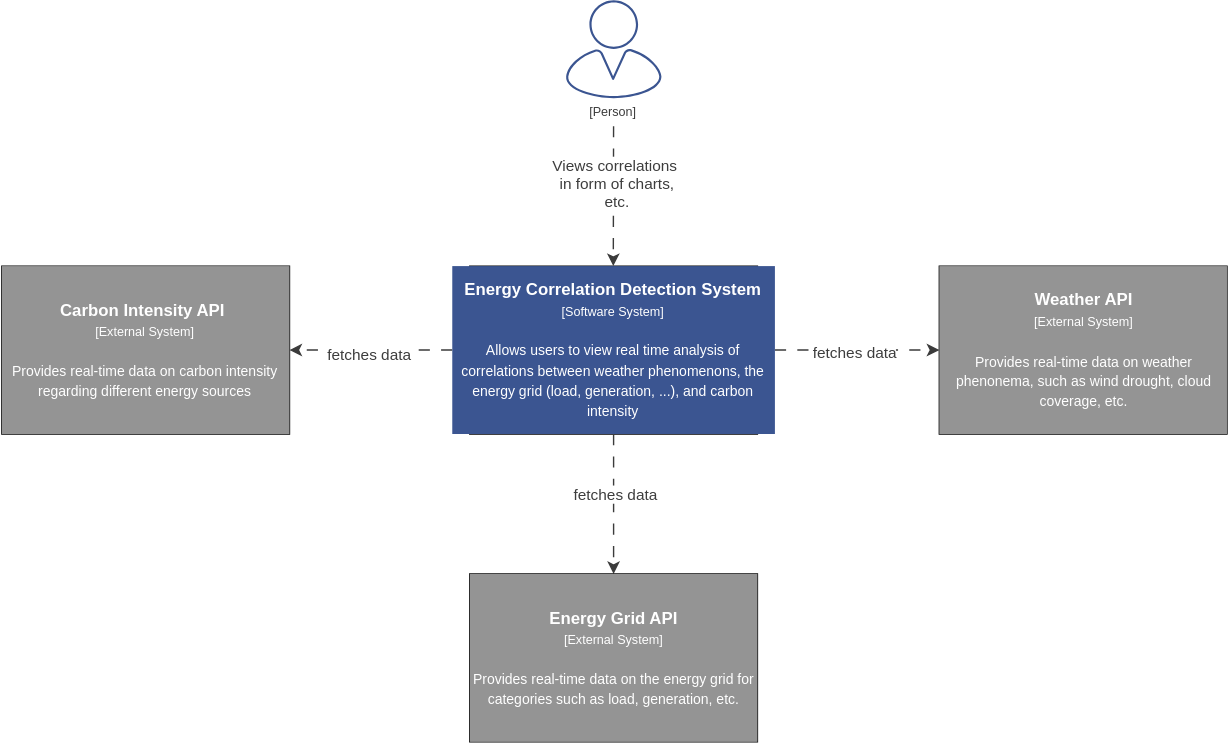
This is docs/c4-model/context.svg from T-Lak/energy-insights-platform, a draw.io export, as it was before one commit. Source tidied: cells renumbered, new cells last; positions are measured from the earlier drawing's top-left corner, leaving out a move shared by most shapes.
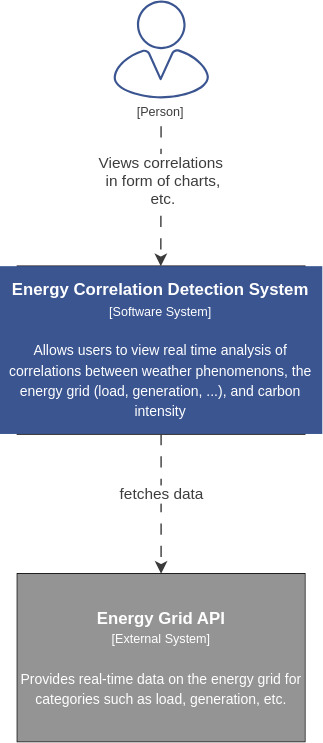
Later version of the same file.

Commit message:
docs(C4): align context, container, and component diagrams to the actual architecture.

Diff of the diagram source:
```diff
@@ -11,52 +11,28 @@
     <mxCell id="4" style="verticalLabelPosition=bottom;verticalAlign=top;html=1;shape=mxgraph.basic.rect;fillColor2=none;strokeWidth=1;size=20;indent=5;fillColor=light-dark(#3b5591, #ededed);" parent="1" vertex="1">
       <mxGeometry x="333.9" y="189.7" width="205.6" height="120" as="geometry" />
     </mxCell>
-    <mxCell id="5" style="edgeStyle=orthogonalEdgeStyle;rounded=0;jettySize=auto;html=1;exitX=1;exitY=0.5;exitDx=0;exitDy=0;entryX=0;entryY=0.5;entryDx=0;entryDy=0;dashed=1;dashPattern=8 8;fontColor=light-dark(#3d3d3d, #ededed);strokeColor=light-dark(#3b3b3b, #ededed);" parent="1" edge="1" source="11" target="15">
+    <mxCell id="5" style="edgeStyle=orthogonalEdgeStyle;rounded=0;jettySize=auto;html=1;dashed=1;dashPattern=8 8;fontColor=light-dark(#3d3d3d, #ededed);strokeColor=#3B3B3B;" parent="1" edge="1" source="7" target="11">
       <mxGeometry relative="1" as="geometry" />
     </mxCell>
     <mxCell id="6" value="fetches data" style="edgeLabel;html=1;align=center;verticalAlign=middle;fontColor=light-dark(#3d3d3d, #ededed);" parent="5" vertex="1">
-      <mxGeometry x="-0.06" y="-1" relative="1" as="geometry" />
+      <mxGeometry x="-0.15" relative="1" as="geometry" />
     </mxCell>
-    <mxCell id="7" style="edgeStyle=orthogonalEdgeStyle;rounded=0;jettySize=auto;html=1;exitX=0;exitY=0.5;exitDx=0;exitDy=0;entryX=1;entryY=0.5;entryDx=0;entryDy=0;dashed=1;dashPattern=8 8;fontColor=light-dark(#3d3d3d, #ededed);strokeColor=light-dark(#3b3b3b, #ededed);" parent="1" edge="1" source="11" target="19">
-      <mxGeometry relative="1" as="geometry" />
+    <mxCell id="7" value="&lt;b&gt;Energy Correlation Detection System&lt;/b&gt;&lt;div&gt;&lt;font style=&quot;font-size: 9px;&quot;&gt;[Software System]&lt;/font&gt;&lt;/div&gt;&lt;div&gt;&lt;font style=&quot;font-size: 9px;&quot;&gt;&lt;br&gt;&lt;/font&gt;&lt;/div&gt;&lt;div&gt;&lt;font style=&quot;&quot; size=&quot;1&quot;&gt;Allows users to view real time analysis of correlations between weather phenomenons, the energy grid (load, generation, ...), and carbon intensity&lt;/font&gt;&lt;/div&gt;" style="text;html=1;whiteSpace=wrap;strokeColor=none;fillColor=light-dark(#3b5591, #ededed);align=center;verticalAlign=middle;rounded=0;fontColor=light-dark(#ffffff, #ededed);" parent="1" vertex="1">
+      <mxGeometry x="321.4" y="189.7" width="230.6" height="120" as="geometry" />
     </mxCell>
-    <mxCell id="8" value="fetches data" style="edgeLabel;html=1;align=center;verticalAlign=middle;fontColor=light-dark(#3d3d3d, #ededed);" parent="7" vertex="1">
-      <mxGeometry x="0.05" y="2" relative="1" as="geometry" />
+    <mxCell id="8" style="endArrow=classic;html=1;rounded=0;exitX=0.5;exitY=1;exitDx=0;exitDy=0;dashed=1;dashPattern=8 8;fontColor=light-dark(#3d3d3d, #ededed);strokeColor=#3B3B3B;" parent="1" edge="1" source="3">
+      <mxGeometry relative="1" as="geometry">
+        <mxPoint x="436.5" y="189.7" as="targetPoint" />
+      </mxGeometry>
     </mxCell>
-    <mxCell id="9" style="edgeStyle=orthogonalEdgeStyle;rounded=0;jettySize=auto;html=1;dashed=1;dashPattern=8 8;fontColor=light-dark(#3d3d3d, #ededed);strokeColor=#3B3B3B;" parent="1" edge="1" source="11" target="17">
-      <mxGeometry relative="1" as="geometry" />
+    <mxCell id="9" value="Views correlations&amp;nbsp;&lt;div&gt;in&amp;nbsp;&lt;span style=&quot;background-color: light-dark(#ffffff, var(--ge-dark-color, #121212));&quot;&gt;form of charts,&lt;/span&gt;&lt;/div&gt;&lt;div&gt;&lt;span style=&quot;background-color: light-dark(#ffffff, var(--ge-dark-color, #121212));&quot;&gt;etc.&lt;/span&gt;&lt;/div&gt;" style="edgeLabel;html=1;align=center;verticalAlign=middle;fontColor=light-dark(#3d3d3d, #ededed);" parent="8" vertex="1">
+      <mxGeometry x="-0.22" y="1" relative="1" as="geometry" />
     </mxCell>
-    <mxCell id="10" value="fetches data" style="edgeLabel;html=1;align=center;verticalAlign=middle;fontColor=light-dark(#3d3d3d, #ededed);" parent="9" vertex="1">
-      <mxGeometry x="-0.15" relative="1" as="geometry" />
+    <mxCell id="10" style="verticalLabelPosition=bottom;verticalAlign=top;html=1;shape=mxgraph.basic.rect;fillColor2=none;strokeWidth=1;size=20;indent=5;fillColor=light-dark(#949494, #ededed);" parent="1" vertex="1">
+      <mxGeometry x="333.9" y="409.7" width="205.6" height="120" as="geometry" />
     </mxCell>
-    <mxCell id="11" value="&lt;b&gt;Energy Correlation Detection System&lt;/b&gt;&lt;div&gt;&lt;font style=&quot;font-size: 9px;&quot;&gt;[Software System]&lt;/font&gt;&lt;/div&gt;&lt;div&gt;&lt;font style=&quot;font-size: 9px;&quot;&gt;&lt;br&gt;&lt;/font&gt;&lt;/div&gt;&lt;div&gt;&lt;font style=&quot;&quot; size=&quot;1&quot;&gt;Allows users to view real time analysis of correlations between weather phenomenons, the energy grid (load, generation, ...), and carbon intensity&lt;/font&gt;&lt;/div&gt;" style="text;html=1;whiteSpace=wrap;strokeColor=none;fillColor=light-dark(#3b5591, #ededed);align=center;verticalAlign=middle;rounded=0;fontColor=light-dark(#ffffff, #ededed);" parent="1" vertex="1">
-      <mxGeometry x="321.4" y="189.7" width="230.6" height="120" as="geometry" />
+    <mxCell id="11" value="&lt;div&gt;&lt;font style=&quot;&quot;&gt;&lt;b&gt;Energy Grid API&lt;/b&gt;&lt;/font&gt;&lt;/div&gt;&lt;div&gt;&lt;font style=&quot;font-size: 9px;&quot;&gt;[External System]&lt;/font&gt;&lt;/div&gt;&lt;div&gt;&lt;font style=&quot;font-size: 9px;&quot;&gt;&lt;br&gt;&lt;/font&gt;&lt;/div&gt;&lt;div&gt;&lt;font style=&quot;&quot; size=&quot;1&quot;&gt;Provides real-time data on the energy grid for categories such as load, generation, etc.&lt;/font&gt;&lt;/div&gt;" style="text;html=1;whiteSpace=wrap;strokeColor=none;fillColor=light-dark(#949494, #ededed);align=center;verticalAlign=middle;rounded=0;fontColor=light-dark(#ffffff, #ededed);" parent="1" vertex="1">
+      <mxGeometry x="333.9" y="409.7" width="205.6" height="120" as="geometry" />
     </mxCell>
-    <mxCell id="12" style="endArrow=classic;html=1;rounded=0;exitX=0.5;exitY=1;exitDx=0;exitDy=0;dashed=1;dashPattern=8 8;fontColor=light-dark(#3d3d3d, #ededed);strokeColor=#3B3B3B;" parent="1" edge="1" source="3">
-      <mxGeometry relative="1" as="geometry">
-        <mxPoint x="436.5" y="189.7" as="targetPoint" />
-      </mxGeometry>
-    </mxCell>
-    <mxCell id="13" value="Views correlations&amp;nbsp;&lt;div&gt;in&amp;nbsp;&lt;span style=&quot;background-color: light-dark(#ffffff, var(--ge-dark-color, #121212));&quot;&gt;form of charts,&lt;/span&gt;&lt;/div&gt;&lt;div&gt;&lt;span style=&quot;background-color: light-dark(#ffffff, var(--ge-dark-color, #121212));&quot;&gt;etc.&lt;/span&gt;&lt;/div&gt;" style="edgeLabel;html=1;align=center;verticalAlign=middle;fontColor=light-dark(#3d3d3d, #ededed);" parent="12" vertex="1">
-      <mxGeometry x="-0.22" y="1" relative="1" as="geometry" />
-    </mxCell>
-    <mxCell id="14" style="verticalLabelPosition=bottom;verticalAlign=top;html=1;shape=mxgraph.basic.rect;fillColor2=none;strokeWidth=1;size=20;indent=5;fillColor=light-dark(#949494, #ededed);" parent="1" vertex="1">
-      <mxGeometry x="669.5" y="189.7" width="205.6" height="120" as="geometry" />
-    </mxCell>
-    <mxCell id="15" value="&lt;div&gt;&lt;font style=&quot;&quot;&gt;&lt;b&gt;Weather API&lt;/b&gt;&lt;/font&gt;&lt;/div&gt;&lt;div&gt;&lt;font style=&quot;font-size: 9px;&quot;&gt;[External System]&lt;/font&gt;&lt;/div&gt;&lt;div&gt;&lt;font style=&quot;font-size: 9px;&quot;&gt;&lt;br&gt;&lt;/font&gt;&lt;/div&gt;&lt;div&gt;&lt;font style=&quot;&quot; size=&quot;1&quot;&gt;Provides real-time data on weather phenonema, such as wind drought, cloud coverage, etc.&lt;/font&gt;&lt;/div&gt;" style="text;html=1;whiteSpace=wrap;strokeColor=none;fillColor=light-dark(#949494, #ededed);align=center;verticalAlign=middle;rounded=0;fontColor=light-dark(#ffffff, #ededed);" parent="1" vertex="1">
-      <mxGeometry x="669.5" y="189.7" width="205.6" height="120" as="geometry" />
-    </mxCell>
-    <mxCell id="16" style="verticalLabelPosition=bottom;verticalAlign=top;html=1;shape=mxgraph.basic.rect;fillColor2=none;strokeWidth=1;size=20;indent=5;fillColor=light-dark(#949494, #ededed);" parent="1" vertex="1">
-      <mxGeometry x="333.9" y="409.7" width="205.6" height="120" as="geometry" />
-    </mxCell>
-    <mxCell id="17" value="&lt;div&gt;&lt;font style=&quot;&quot;&gt;&lt;b&gt;Energy Grid API&lt;/b&gt;&lt;/font&gt;&lt;/div&gt;&lt;div&gt;&lt;font style=&quot;font-size: 9px;&quot;&gt;[External System]&lt;/font&gt;&lt;/div&gt;&lt;div&gt;&lt;font style=&quot;font-size: 9px;&quot;&gt;&lt;br&gt;&lt;/font&gt;&lt;/div&gt;&lt;div&gt;&lt;font style=&quot;&quot; size=&quot;1&quot;&gt;Provides real-time data on the energy grid for categories such as load, generation, etc.&lt;/font&gt;&lt;/div&gt;" style="text;html=1;whiteSpace=wrap;strokeColor=none;fillColor=light-dark(#949494, #ededed);align=center;verticalAlign=middle;rounded=0;fontColor=light-dark(#ffffff, #ededed);" parent="1" vertex="1">
-      <mxGeometry x="333.9" y="409.7" width="205.6" height="120" as="geometry" />
-    </mxCell>
-    <mxCell id="18" style="verticalLabelPosition=bottom;verticalAlign=top;html=1;shape=mxgraph.basic.rect;fillColor2=none;strokeWidth=1;size=20;indent=5;fillColor=light-dark(#949494, #ededed);" parent="1" vertex="1">
-      <mxGeometry x="-0.5" y="189.7" width="205.6" height="120" as="geometry" />
-    </mxCell>
-    <mxCell id="19" value="&lt;div&gt;&lt;font style=&quot;&quot;&gt;&lt;b&gt;Carbon Intensity API&amp;nbsp;&lt;/b&gt;&lt;/font&gt;&lt;/div&gt;&lt;div&gt;&lt;font style=&quot;font-size: 9px;&quot;&gt;[External System]&lt;/font&gt;&lt;/div&gt;&lt;div&gt;&lt;font style=&quot;font-size: 9px;&quot;&gt;&lt;br&gt;&lt;/font&gt;&lt;/div&gt;&lt;div&gt;&lt;font style=&quot;&quot; size=&quot;1&quot;&gt;Provides real-time data on carbon intensity regarding different energy sources&lt;/font&gt;&lt;/div&gt;" style="text;html=1;whiteSpace=wrap;strokeColor=none;fillColor=light-dark(#949494, #ededed);align=center;verticalAlign=middle;rounded=0;fontColor=light-dark(#ffffff, #ededed);" parent="1" vertex="1">
-      <mxGeometry x="-0.5" y="189.7" width="205.6" height="120" as="geometry" />
-    </mxCell>
   </root>
 </mxGraphModel>
```
